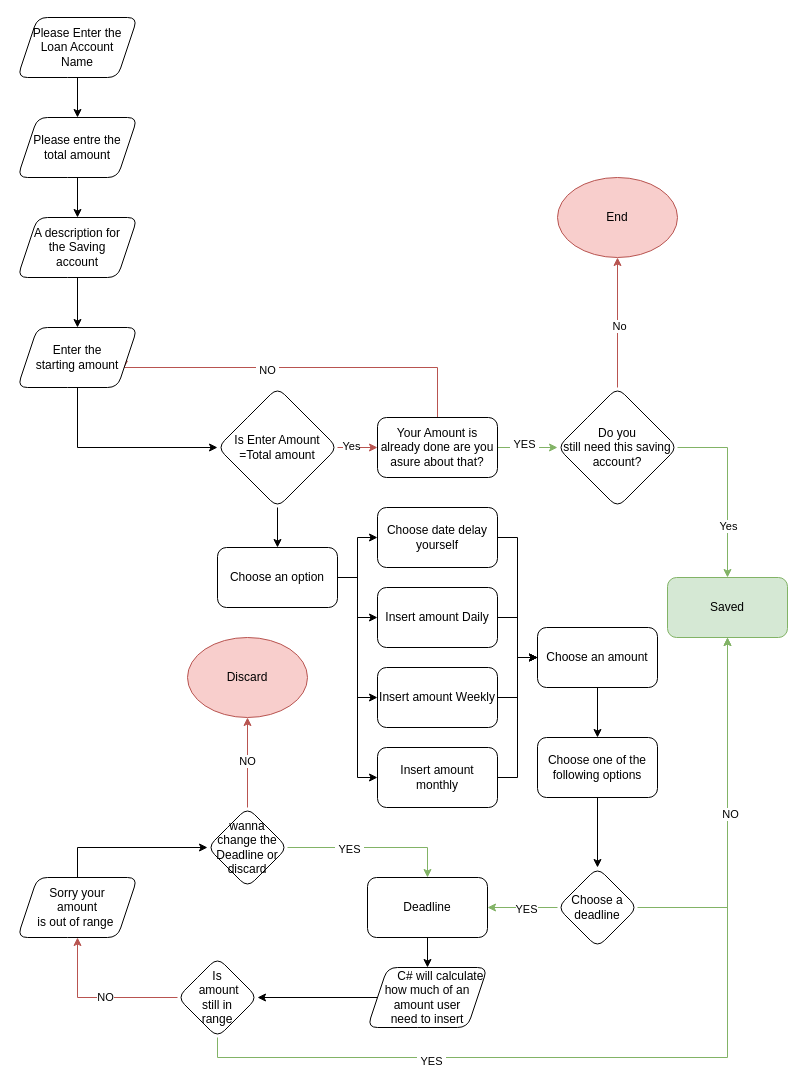
This is Database/LoanFlowchart.drawio from Shazil0204/Nordic-Nest, a draw.io file, before an edit. Source tidied: cells renumbered, new cells numbered last; positions are measured from the earlier drawing's top-left corner, leaving out a move shared by most shapes. Both pictures are drawn from the tidied source at 100%, with x=0, y=0 at pixel (17, 17).
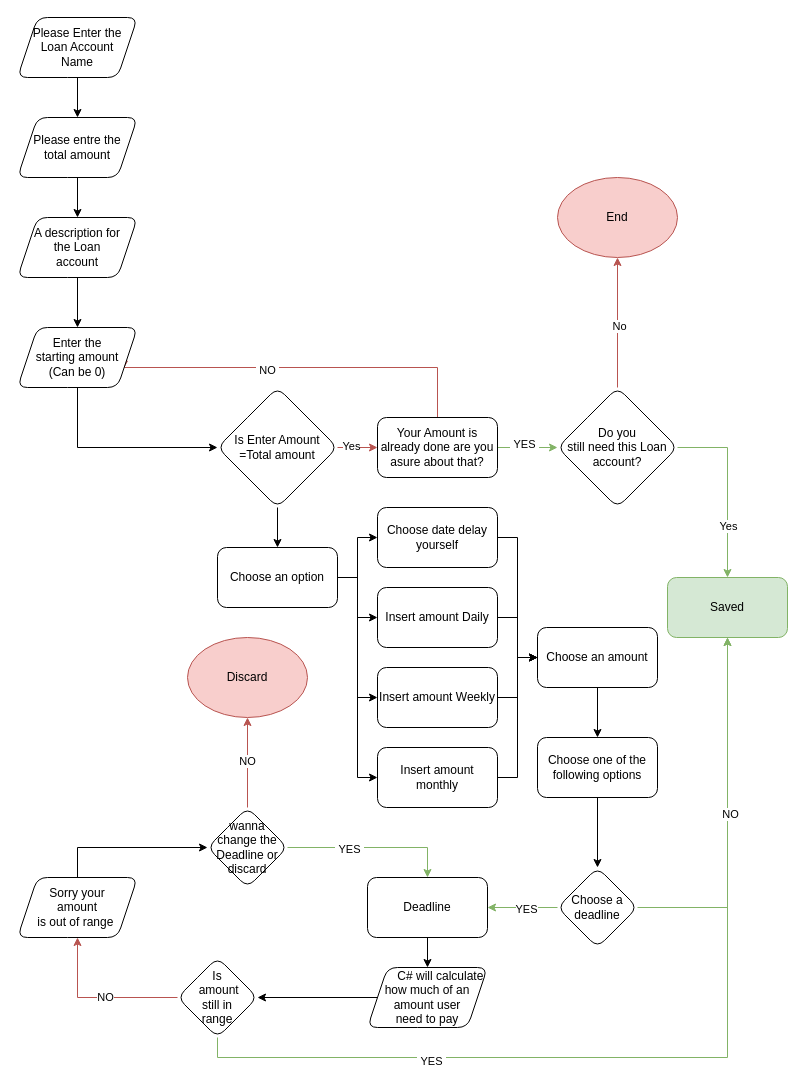
The same diagram, later.

Change to the diagram source:
```diff
@@
-    <mxCell id="12" value="Do you &lt;br&gt;still need this saving account?" style="rhombus;whiteSpace=wrap;html=1;rounded=1;" parent="1" vertex="1">
+    <mxCell id="12" value="Do you &lt;br&gt;still need this Loan account?" style="rhombus;whiteSpace=wrap;html=1;rounded=1;" parent="1" vertex="1">
       <mxGeometry x="540" y="370" width="120" height="120" as="geometry" />
     </mxCell>
@@
-    <mxCell id="36" value="&lt;span style=&quot;white-space: pre;&quot;&gt;&#9;&lt;/span&gt;C# will calculate &lt;br&gt;how much of an amount user &lt;br&gt;need to insert" style="shape=parallelogram;perimeter=parallelogramPerimeter;whiteSpace=wrap;html=1;fixedSize=1;rounded=1;" parent="1" vertex="1">
+    <mxCell id="36" value="&lt;span style=&quot;white-space: pre;&quot;&gt;&#9;&lt;/span&gt;C# will calculate &lt;br&gt;how much of an amount user &lt;br&gt;need to pay" style="shape=parallelogram;perimeter=parallelogramPerimeter;whiteSpace=wrap;html=1;fixedSize=1;rounded=1;" parent="1" vertex="1">
       <mxGeometry x="350" y="950" width="120" height="60" as="geometry" />
     </mxCell>
@@
-    <mxCell id="58" value="Enter the&lt;br style=&quot;border-color: var(--border-color);&quot;&gt;starting amount" style="shape=parallelogram;perimeter=parallelogramPerimeter;whiteSpace=wrap;html=1;fixedSize=1;rounded=1;" parent="1" vertex="1">
+    <mxCell id="58" value="Enter the&lt;br style=&quot;border-color: var(--border-color);&quot;&gt;starting amount&lt;br&gt;(Can be 0)" style="shape=parallelogram;perimeter=parallelogramPerimeter;whiteSpace=wrap;html=1;fixedSize=1;rounded=1;" parent="1" vertex="1">
       <mxGeometry y="310" width="120" height="60" as="geometry" />
     </mxCell>
@@
-    <mxCell id="60" value="A description for&lt;br style=&quot;border-color: var(--border-color);&quot;&gt;the Saving&lt;br style=&quot;border-color: var(--border-color);&quot;&gt;account" style="shape=parallelogram;perimeter=parallelogramPerimeter;whiteSpace=wrap;html=1;fixedSize=1;rounded=1;" parent="1" vertex="1">
+    <mxCell id="60" value="A description for&lt;br style=&quot;border-color: var(--border-color);&quot;&gt;the Loan&lt;br style=&quot;border-color: var(--border-color);&quot;&gt;account" style="shape=parallelogram;perimeter=parallelogramPerimeter;whiteSpace=wrap;html=1;fixedSize=1;rounded=1;" parent="1" vertex="1">
       <mxGeometry y="200" width="120" height="60" as="geometry" />
     </mxCell>
```
